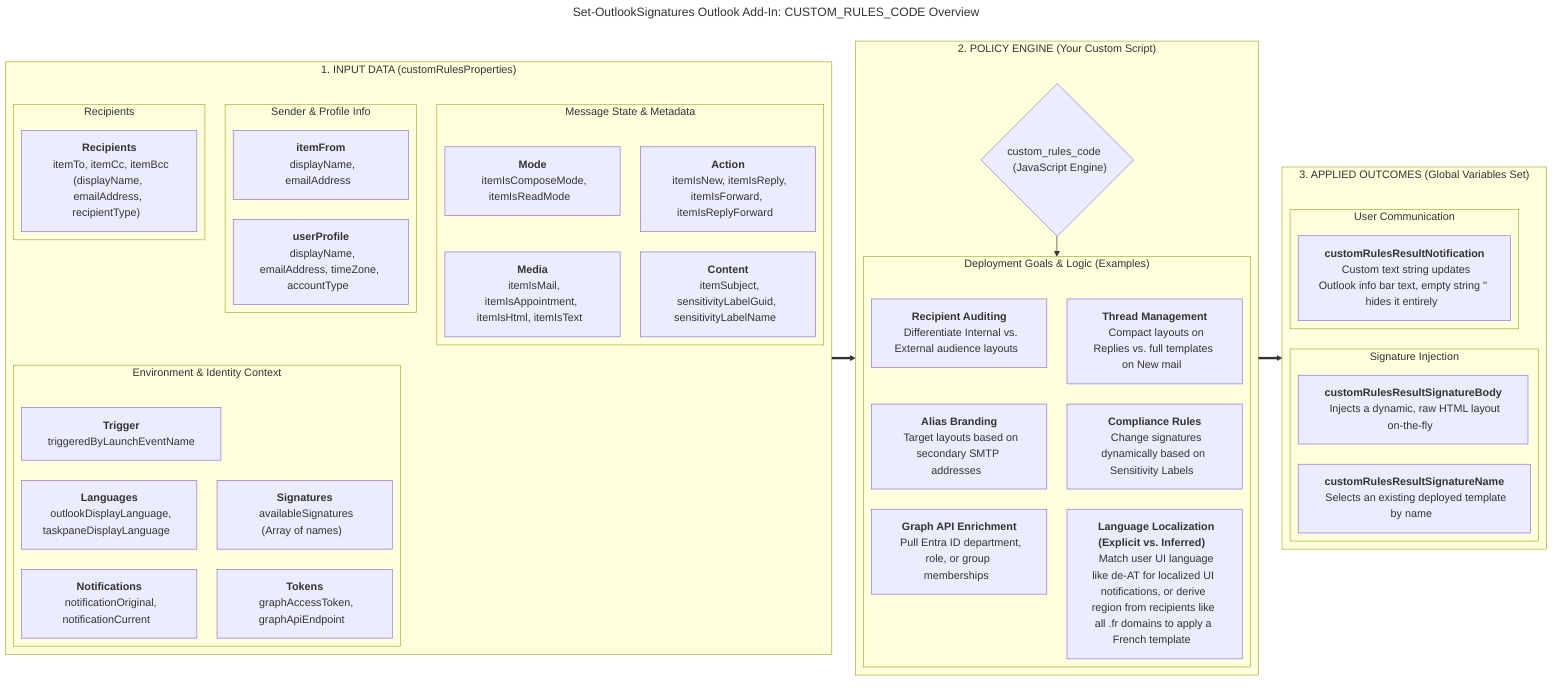
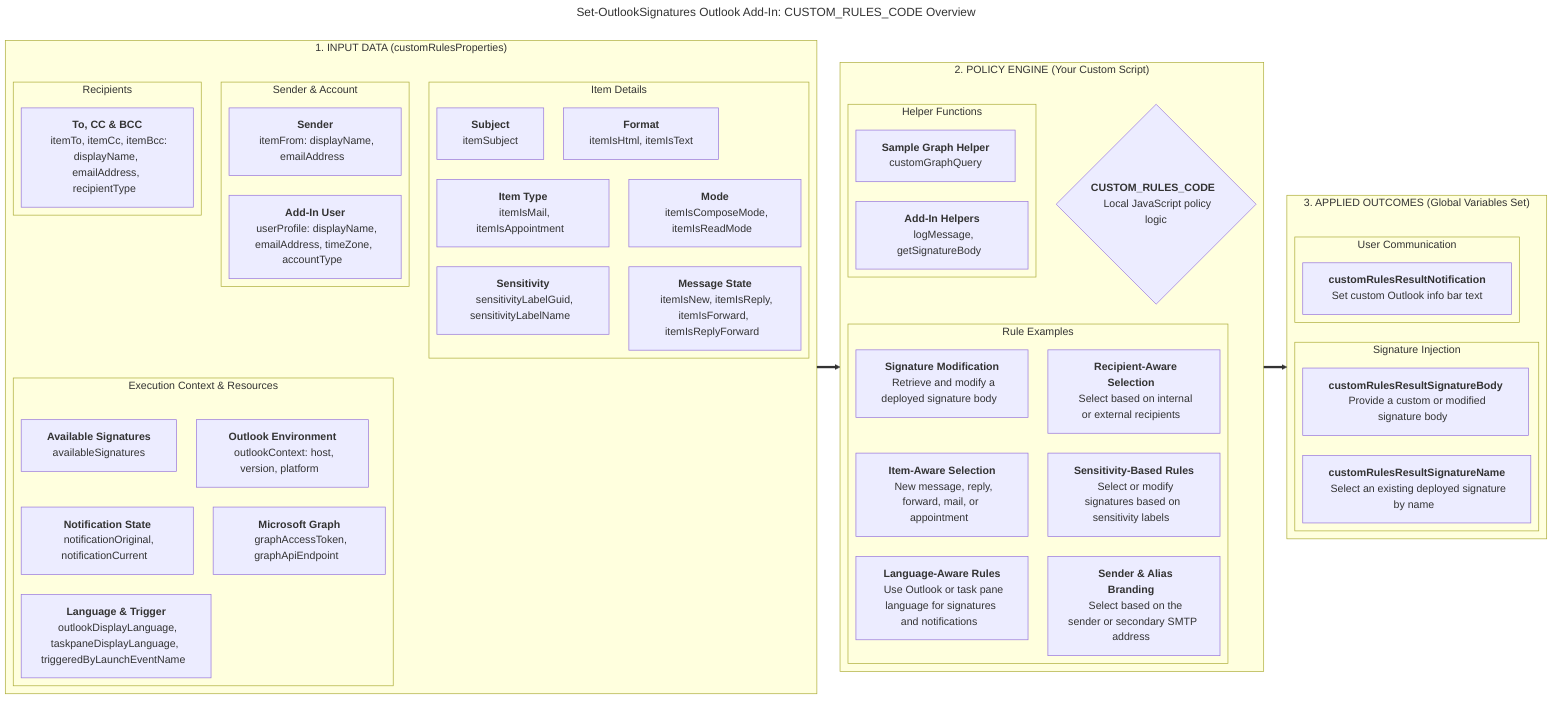
---
title: "Set-OutlookSignatures Outlook Add-In: CUSTOM_RULES_CODE Overview"
config:
  layout: elk
---
+ 
flowchart LR
-     %% STAGE 1: INPUT CONTEXT DATA
-     subgraph STAGE1 ["&nbsp;&nbsp;1. INPUT DATA (customRulesProperties)&nbsp;&nbsp;"]
-         direction TB

-         subgraph Group1 ["&nbsp;&nbsp;Sender & Profile Info&nbsp;&nbsp;"]
-             direction TB
-             D1["&nbsp;&nbsp;<b>userProfile</b>&nbsp;&nbsp;<br>&nbsp;&nbsp;displayName, emailAddress, timeZone, accountType&nbsp;&nbsp;"]
-             D2["&nbsp;&nbsp;<b>itemFrom</b>&nbsp;&nbsp;<br>&nbsp;&nbsp;displayName, emailAddress&nbsp;&nbsp;"]
-         end
+ %% STAGE 1: INPUT CONTEXT DATA
+ subgraph STAGE1["&nbsp;&nbsp;1. INPUT DATA (customRulesProperties)&nbsp;&nbsp;"]
+   direction TB

-         subgraph Group2 ["&nbsp;&nbsp;Message State & Metadata&nbsp;&nbsp;"]
-             direction TB
-             M1["&nbsp;&nbsp;<b>Mode</b>&nbsp;&nbsp;<br>&nbsp;&nbsp;itemIsComposeMode, itemIsReadMode&nbsp;&nbsp;"]
-             M2["&nbsp;&nbsp;<b>Action</b>&nbsp;&nbsp;<br>&nbsp;&nbsp;itemIsNew, itemIsReply, itemIsForward, itemIsReplyForward&nbsp;&nbsp;"]
-             M3["&nbsp;&nbsp;<b>Media</b>&nbsp;&nbsp;<br>&nbsp;&nbsp;itemIsMail, itemIsAppointment, itemIsHtml, itemIsText&nbsp;&nbsp;"]
-             M4["&nbsp;&nbsp;<b>Content</b>&nbsp;&nbsp;<br>&nbsp;&nbsp;itemSubject, sensitivityLabelGuid, sensitivityLabelName&nbsp;&nbsp;"]
-         end
+   subgraph Group1["&nbsp;&nbsp;Sender & Account&nbsp;&nbsp;"]
+     direction TB
+     D1["&nbsp;&nbsp;<b>Sender</b>&nbsp;&nbsp;<br>&nbsp;&nbsp;itemFrom: displayName, emailAddress&nbsp;&nbsp;"]
+     D2["&nbsp;&nbsp;<b>Add-In User</b>&nbsp;&nbsp;<br>&nbsp;&nbsp;userProfile: displayName, emailAddress, timeZone, accountType&nbsp;&nbsp;"]
+   end

-         subgraph Group3 ["&nbsp;&nbsp;Recipients&nbsp;&nbsp;"]
-             direction TB
-             E1["&nbsp;&nbsp;<b>Recipients</b>&nbsp;&nbsp;<br>&nbsp;&nbsp;itemTo, itemCc, itemBcc (displayName, emailAddress, recipientType)&nbsp;&nbsp;"]
-         end
+   subgraph Group2["&nbsp;&nbsp;Recipients&nbsp;&nbsp;"]
+     direction TB
+     R1["&nbsp;&nbsp;<b>To, CC & BCC</b>&nbsp;&nbsp;<br>&nbsp;&nbsp;itemTo, itemCc, itemBcc: displayName, emailAddress, recipientType&nbsp;&nbsp;"]
+   end

-         subgraph Group4 ["&nbsp;&nbsp;Environment & Identity Context&nbsp;&nbsp;"]
-             direction TB
-             E2["&nbsp;&nbsp;<b>Languages</b>&nbsp;&nbsp;<br>&nbsp;&nbsp;outlookDisplayLanguage, taskpaneDisplayLanguage&nbsp;&nbsp;"]
-             E3["&nbsp;&nbsp;<b>Trigger</b>&nbsp;&nbsp;<br>&nbsp;&nbsp;triggeredByLaunchEventName&nbsp;&nbsp;"]
-             E4["&nbsp;&nbsp;<b>Signatures</b>&nbsp;&nbsp;<br>&nbsp;&nbsp;availableSignatures (Array of names)&nbsp;&nbsp;"]
-             E5["&nbsp;&nbsp;<b>Notifications</b>&nbsp;&nbsp;<br>&nbsp;&nbsp;notificationOriginal, notificationCurrent&nbsp;&nbsp;"]
-             E6["&nbsp;&nbsp;<b>Tokens</b>&nbsp;&nbsp;<br>&nbsp;&nbsp;graphAccessToken, graphApiEndpoint&nbsp;&nbsp;"]
-         end
-     end
+   subgraph Group3["&nbsp;&nbsp;Item Details&nbsp;&nbsp;"]
+     direction TB
+     I1["&nbsp;&nbsp;<b>Item Type</b>&nbsp;&nbsp;<br>&nbsp;&nbsp;itemIsMail, itemIsAppointment&nbsp;&nbsp;"]
+     I2["&nbsp;&nbsp;<b>Mode</b>&nbsp;&nbsp;<br>&nbsp;&nbsp;itemIsComposeMode, itemIsReadMode&nbsp;&nbsp;"]
+     I3["&nbsp;&nbsp;<b>Message State</b>&nbsp;&nbsp;<br>&nbsp;&nbsp;itemIsNew, itemIsReply, itemIsForward, itemIsReplyForward&nbsp;&nbsp;"]
+     I4["&nbsp;&nbsp;<b>Format</b>&nbsp;&nbsp;<br>&nbsp;&nbsp;itemIsHtml, itemIsText&nbsp;&nbsp;"]
+     I5["&nbsp;&nbsp;<b>Subject</b>&nbsp;&nbsp;<br>&nbsp;&nbsp;itemSubject&nbsp;&nbsp;"]
+     I6["&nbsp;&nbsp;<b>Sensitivity</b>&nbsp;&nbsp;<br>&nbsp;&nbsp;sensitivityLabelGuid, sensitivityLabelName&nbsp;&nbsp;"]
+   end

-     %% STAGE 2: PROCESSING ENGINE
-     subgraph STAGE2 ["&nbsp;&nbsp;2. POLICY ENGINE (Your Custom Script)&nbsp;&nbsp;"]
-         direction TB
-         Engine{"custom_rules_code&nbsp;&nbsp;<br>&nbsp;&nbsp;(JavaScript Engine)"}
+   subgraph Group4["&nbsp;&nbsp;Execution Context & Resources&nbsp;&nbsp;"]
+     direction TB
+     C1["&nbsp;&nbsp;<b>Outlook Environment</b>&nbsp;&nbsp;<br>&nbsp;&nbsp;outlookContext: host, version, platform&nbsp;&nbsp;"]
+     C2["&nbsp;&nbsp;<b>Language & Trigger</b>&nbsp;&nbsp;<br>&nbsp;&nbsp;outlookDisplayLanguage, taskpaneDisplayLanguage, triggeredByLaunchEventName&nbsp;&nbsp;"]
+     C3["&nbsp;&nbsp;<b>Available Signatures</b>&nbsp;&nbsp;<br>&nbsp;&nbsp;availableSignatures&nbsp;&nbsp;"]
+     C4["&nbsp;&nbsp;<b>Notification State</b>&nbsp;&nbsp;<br>&nbsp;&nbsp;notificationOriginal, notificationCurrent&nbsp;&nbsp;"]
+     C5["&nbsp;&nbsp;<b>Microsoft Graph</b>&nbsp;&nbsp;<br>&nbsp;&nbsp;graphAccessToken, graphApiEndpoint&nbsp;&nbsp;"]
+   end
+ end

-         subgraph UseCases ["&nbsp;&nbsp;Deployment Goals & Logic (Examples)&nbsp;&nbsp;"]
-             direction TB
-             UC1["&nbsp;&nbsp;<b>Recipient Auditing</b>&nbsp;&nbsp;<br>&nbsp;&nbsp;Differentiate Internal vs. External audience layouts&nbsp;&nbsp;"]
-             UC2["&nbsp;&nbsp;<b>Thread Management</b>&nbsp;&nbsp;<br>&nbsp;&nbsp;Compact layouts on Replies vs. full templates on New mail&nbsp;&nbsp;"]
-             UC3["&nbsp;&nbsp;<b>Alias Branding</b>&nbsp;&nbsp;<br>&nbsp;&nbsp;Target layouts based on secondary SMTP addresses&nbsp;&nbsp;"]
-             UC4["&nbsp;&nbsp;<b>Compliance Rules</b>&nbsp;&nbsp;<br>&nbsp;&nbsp;Change signatures dynamically based on Sensitivity Labels&nbsp;&nbsp;"]
-             UC5["&nbsp;&nbsp;<b>Graph API Enrichment</b>&nbsp;&nbsp;<br>&nbsp;&nbsp;Pull Entra ID department, role, or group memberships&nbsp;&nbsp;"]
-             UC6["&nbsp;&nbsp;<b>Language Localization (Explicit vs. Inferred)</b>&nbsp;&nbsp;<br>&nbsp;&nbsp;Match user UI language like de-AT for localized UI notifications, or derive region from recipients like all .fr domains to apply a French template&nbsp;&nbsp;"]
-         end
+ %% STAGE 2: PROCESSING ENGINE
+ subgraph STAGE2["&nbsp;&nbsp;2. POLICY ENGINE (Your Custom Script)&nbsp;&nbsp;"]
+   direction TB

-         Engine --> UseCases
-     end
+   Engine{"<b>CUSTOM_RULES_CODE</b>&nbsp;&nbsp;<br>&nbsp;&nbsp;Local JavaScript policy logic"}

-     %% STAGE 3: OUTPUT ACTIONS
-     subgraph STAGE3 ["&nbsp;&nbsp;3. APPLIED OUTCOMES (Global Variables Set)&nbsp;&nbsp;"]
-         direction TB
+   subgraph Helpers["&nbsp;&nbsp;Helper Functions&nbsp;&nbsp;"]
+     direction TB
+     H1["&nbsp;&nbsp;<b>Add-In Helpers</b>&nbsp;&nbsp;<br>&nbsp;&nbsp;logMessage, getSignatureBody&nbsp;&nbsp;"]
+     H2["&nbsp;&nbsp;<b>Sample Graph Helper</b>&nbsp;&nbsp;<br>&nbsp;&nbsp;customGraphQuery&nbsp;&nbsp;"]
+   end

-         subgraph OutSig ["&nbsp;&nbsp;Signature Injection&nbsp;&nbsp;"]
-             O1["&nbsp;&nbsp;<b>customRulesResultSignatureName</b>&nbsp;&nbsp;<br>&nbsp;&nbsp;Selects an existing deployed template by name&nbsp;&nbsp;"]
-             O2["&nbsp;&nbsp;<b>customRulesResultSignatureBody</b>&nbsp;&nbsp;<br>&nbsp;&nbsp;Injects a dynamic, raw HTML layout on-the-fly&nbsp;&nbsp;"]
-         end
+   subgraph UseCases["&nbsp;&nbsp;Rule Examples&nbsp;&nbsp;"]
+     direction TB
+     UC1["&nbsp;&nbsp;<b>Sender & Alias Branding</b>&nbsp;&nbsp;<br>&nbsp;&nbsp;Select based on the sender or secondary SMTP address&nbsp;&nbsp;"]
+     UC2["&nbsp;&nbsp;<b>Recipient-Aware Selection</b>&nbsp;&nbsp;<br>&nbsp;&nbsp;Select based on internal or external recipients&nbsp;&nbsp;"]
+     UC3["&nbsp;&nbsp;<b>Item-Aware Selection</b>&nbsp;&nbsp;<br>&nbsp;&nbsp;New message, reply, forward, mail, or appointment&nbsp;&nbsp;"]
+     UC4["&nbsp;&nbsp;<b>Sensitivity-Based Rules</b>&nbsp;&nbsp;<br>&nbsp;&nbsp;Select or modify signatures based on sensitivity labels&nbsp;&nbsp;"]
+     UC5["&nbsp;&nbsp;<b>Language-Aware Rules</b>&nbsp;&nbsp;<br>&nbsp;&nbsp;Use Outlook or task pane language for signatures and notifications&nbsp;&nbsp;"]
+     UC6["&nbsp;&nbsp;<b>Signature Modification</b>&nbsp;&nbsp;<br>&nbsp;&nbsp;Retrieve and modify a deployed signature body&nbsp;&nbsp;"]
+   end
+ end

-         subgraph OutNotif ["&nbsp;&nbsp;User Communication&nbsp;&nbsp;"]
-             O3["&nbsp;&nbsp;<b>customRulesResultNotification</b>&nbsp;&nbsp;<br>&nbsp;&nbsp;Custom text string updates Outlook info bar text, empty string '' hides it entirely&nbsp;&nbsp;"]
-         end
-     end
+ %% STAGE 3: OUTPUT ACTIONS
+ subgraph STAGE3["&nbsp;&nbsp;3. APPLIED OUTCOMES (Global Variables Set)&nbsp;&nbsp;"]
+   direction TB

-     %% STAGE-TO-STAGE PIPELINE LINKS ONLY
-     STAGE1 ===> STAGE2
-     STAGE2 ===> STAGE3+   subgraph OutSig["&nbsp;&nbsp;Signature Injection&nbsp;&nbsp;"]
+     direction TB
+     O1["&nbsp;&nbsp;<b>customRulesResultSignatureName</b>&nbsp;&nbsp;<br>&nbsp;&nbsp;Select an existing deployed signature by name&nbsp;&nbsp;"]
+     O2["&nbsp;&nbsp;<b>customRulesResultSignatureBody</b>&nbsp;&nbsp;<br>&nbsp;&nbsp;Provide a custom or modified signature body&nbsp;&nbsp;"]
+   end
+ 
+   subgraph OutNotif["&nbsp;&nbsp;User Communication&nbsp;&nbsp;"]
+     direction TB
+     O3["&nbsp;&nbsp;<b>customRulesResultNotification</b>&nbsp;&nbsp;<br>&nbsp;&nbsp;Set custom Outlook info bar text&nbsp;&nbsp;"]
+   end
+ end
+ 
+ %% STAGE-TO-STAGE PIPELINE LINKS ONLY
+ STAGE1 ==> STAGE2
+ STAGE2 ==> STAGE3